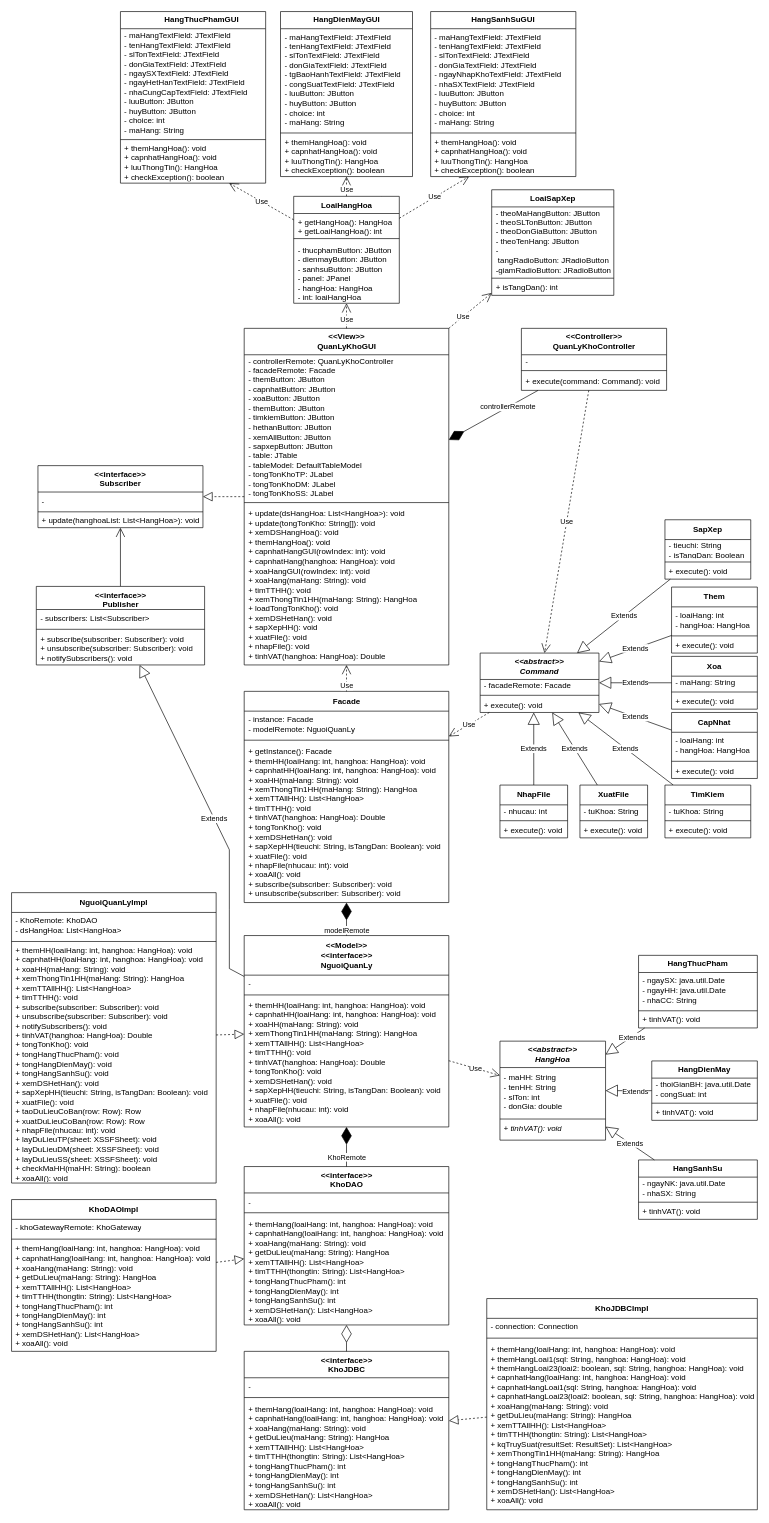
Earlier version of the draw.io diagram page "Tổng" (2 of 10) of Detai_SoDo/Diagram_DP.drawio (thuangg0123/MYCTKPM). Source tidied: cells renumbered, new cells numbered last; positions are measured from the earlier drawing's top-left corner, leaving out a move shared by most shapes. Both pictures are drawn from the tidied source at 66%, with x=0, y=0 at pixel (11, 11).
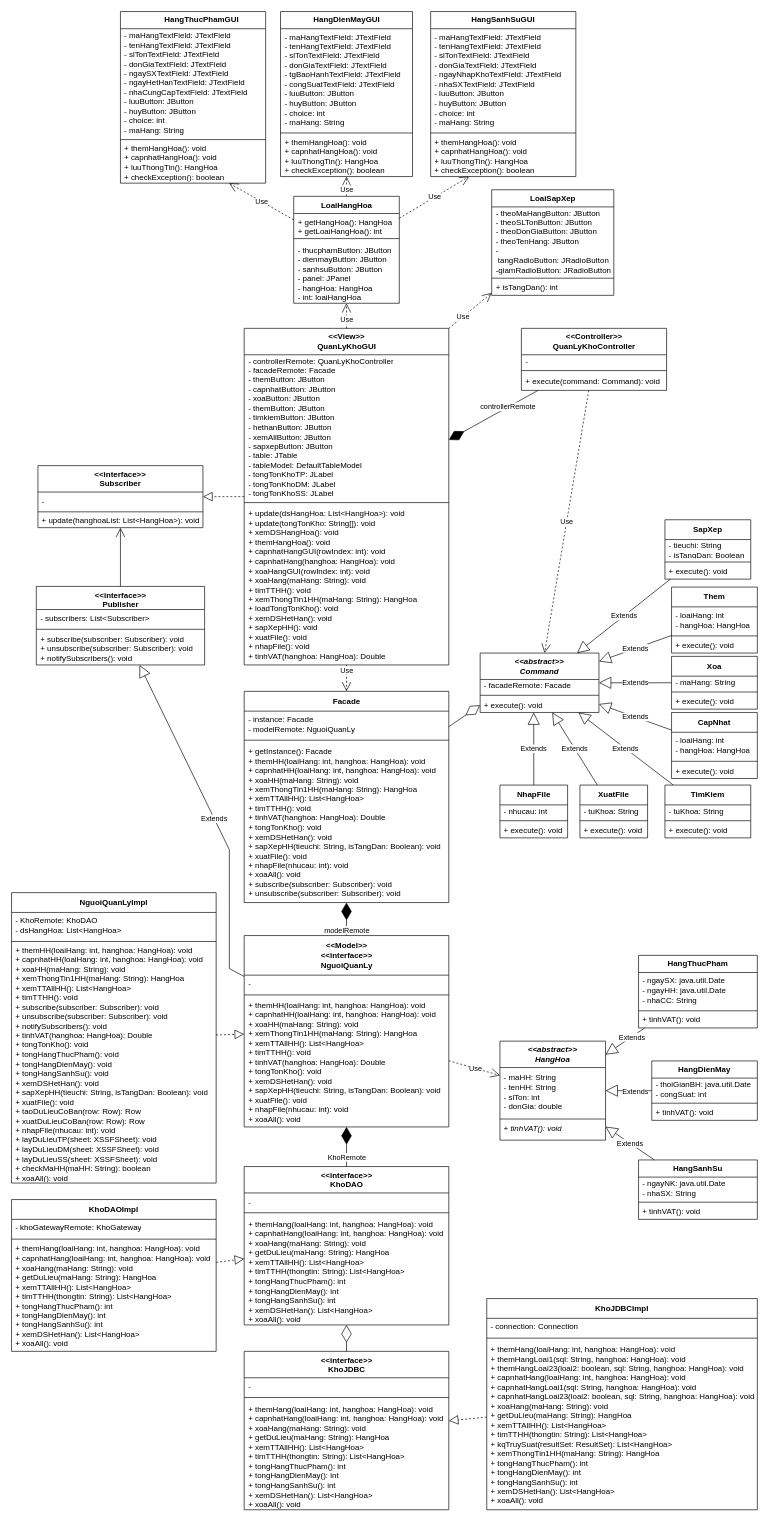
The same diagram, later.

Unchanged cells that the change refers to:
```xml
<mxCell id="2" value="&amp;lt;&amp;lt;View&amp;gt;&amp;gt;&lt;br&gt;QuanLyKhoGUI" style="swimlane;fontStyle=1;align=center;verticalAlign=middle;horizontal=1;startSize=40;whiteSpace=wrap;html=1;" parent="1" vertex="1">
  <mxGeometry x="352.5" y="480" width="310" height="510" as="geometry" />
</mxCell>
<mxCell id="93" value="&lt;i&gt;&amp;lt;&amp;lt;&lt;span style=&quot;border-color: var(--border-color);&quot;&gt;abstract&lt;/span&gt;&amp;gt;&amp;gt;&lt;br&gt;Command&lt;/i&gt;" style="swimlane;fontStyle=1;align=center;verticalAlign=middle;horizontal=1;startSize=40;whiteSpace=wrap;html=1;" parent="1" vertex="1">
  <mxGeometry x="710" y="972" width="180" height="90" as="geometry" />
</mxCell>
<mxCell id="96" value="+ execute(): void" style="text;strokeColor=none;fillColor=none;align=left;verticalAlign=middle;spacingLeft=4;spacingRight=4;overflow=hidden;points=[[0,0.5],[1,0.5]];portConstraint=eastwest;whiteSpace=wrap;html=1;spacing=2;" parent="93" vertex="1">
  <mxGeometry y="68" width="180" height="22" as="geometry" />
</mxCell>
<mxCell id="127" value="Facade" style="swimlane;fontStyle=1;align=center;verticalAlign=middle;horizontal=1;startSize=30;whiteSpace=wrap;html=1;" parent="1" vertex="1">
  <mxGeometry x="352.5" y="1030" width="310" height="320" as="geometry" />
</mxCell>
```

Diff of the diagram source:
```diff
@@
-    <mxCell id="74" value="Use" style="endArrow=open;endSize=12;dashed=1;html=1;rounded=0;verticalAlign=middle;" parent="1" edge="1" source="93" target="127">
-      <mxGeometry relative="1" as="geometry" />
-    </mxCell>
@@
-    <mxCell id="131" value="Use" style="endArrow=open;endSize=12;dashed=1;html=1;rounded=0;verticalAlign=middle;" parent="1" edge="1" source="127" target="2">
+    <mxCell id="131" value="Use" style="endArrow=open;endSize=12;dashed=1;html=1;rounded=0;verticalAlign=middle;" parent="1" edge="1" source="2" target="127">
       <mxGeometry x="-0.6" relative="1" as="geometry" />
     </mxCell>
@@
+    <mxCell id="147" style="endArrow=diamondThin;endFill=0;endSize=24;html=1;rounded=0;entryX=0;entryY=0.5;entryDx=0;entryDy=0;" parent="1" edge="1" source="127" target="96">
+      <mxGeometry relative="1" as="geometry" />
+    </mxCell>
```
